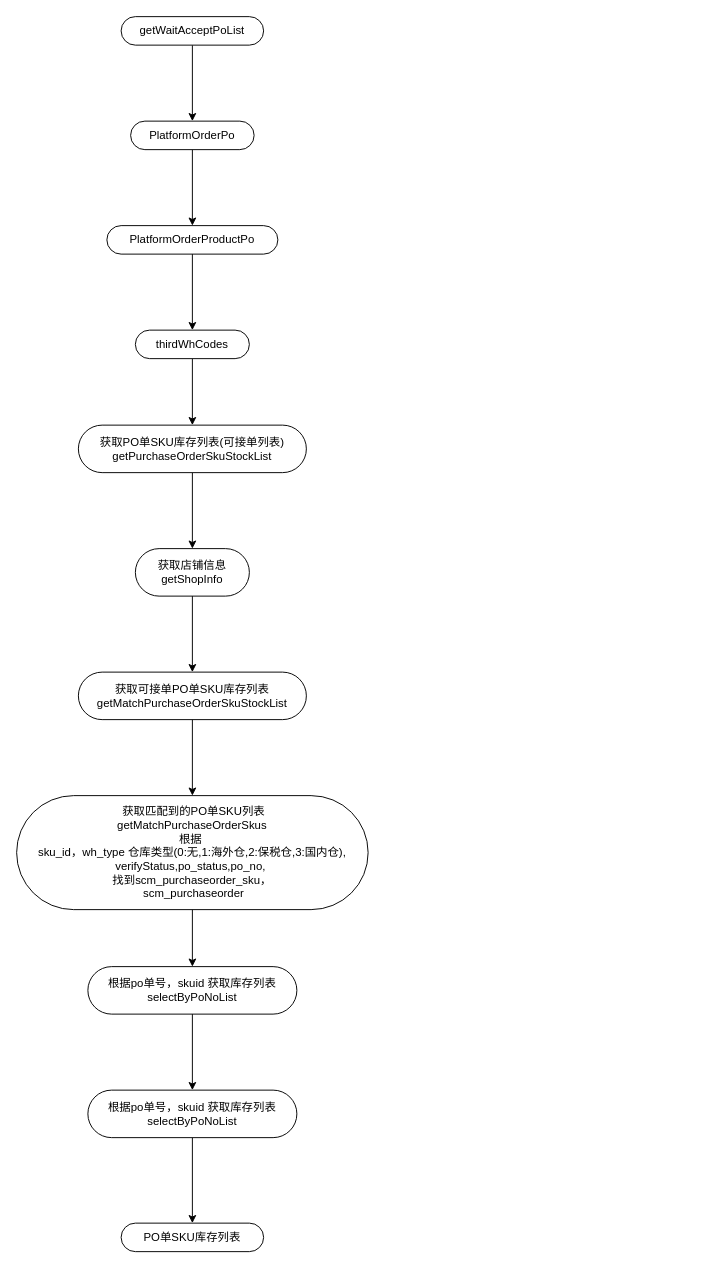
Above: 待接单PO列表.drawio in yi2003/diagram (draw.io), before the change. Source tidied: cells renumbered, new cells numbered last; positions are measured from the earlier drawing's top-left corner, leaving out a move shared by most shapes. Both pictures are drawn from the tidied source at 95%, with x=0, y=0 at pixel (16, 16).
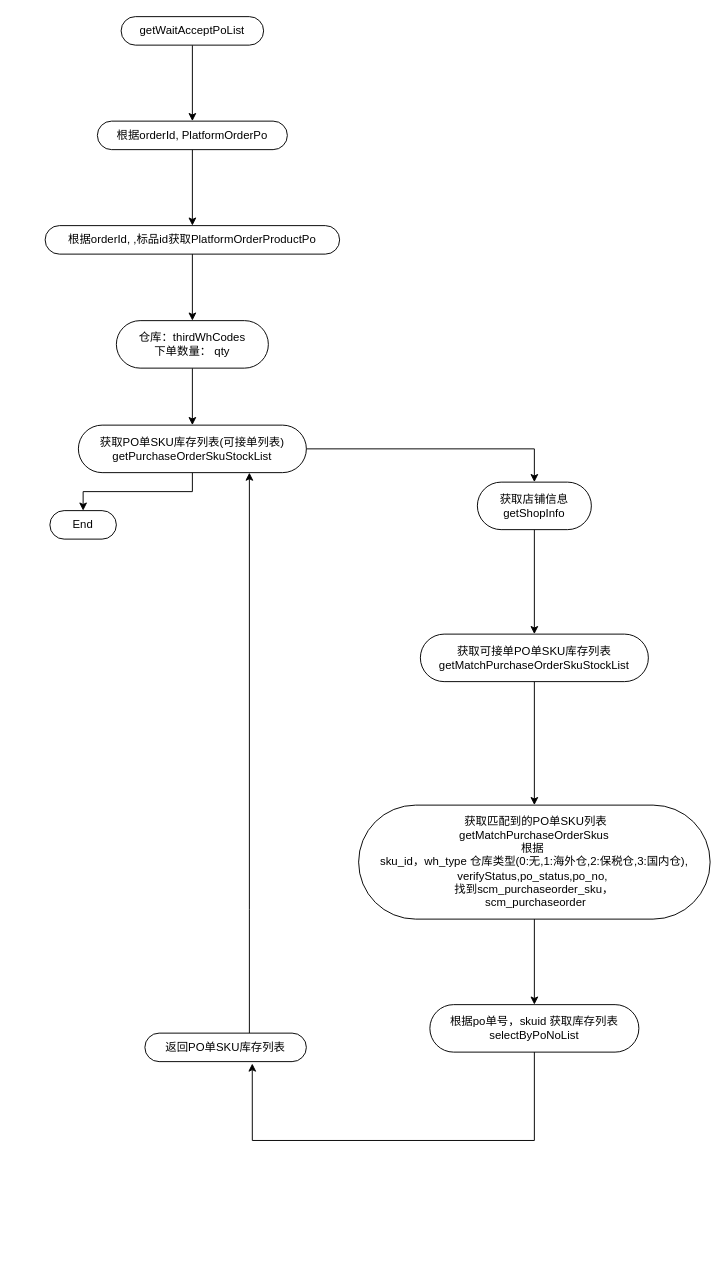
The same diagram, later.

Commit message:
Update 待接单PO列表.drawio

The change refers to these unchanged cells:
```xml
<mxCell id="11" value="获取PO单SKU库存列表(可接单列表)&lt;br&gt;getPurchaseOrderSkuStockList&lt;br&gt;" style="whiteSpace=wrap;html=1;rounded=1;arcSize=50;align=center;verticalAlign=middle;strokeWidth=1;spacing=4;newEdgeStyle={&quot;edgeStyle&quot;:&quot;entityRelationEdgeStyle&quot;,&quot;startArrow&quot;:&quot;none&quot;,&quot;endArrow&quot;:&quot;none&quot;,&quot;segment&quot;:10,&quot;curved&quot;:1};direction=west;" parent="1" vertex="1">
  <mxGeometry x="65" y="430" width="240" height="50" as="geometry" />
</mxCell>
```

Diff of the diagram source:
```diff
@@
-    <mxCell id="5" value="PlatformOrderPo" style="whiteSpace=wrap;html=1;rounded=1;arcSize=50;align=center;verticalAlign=middle;strokeWidth=1;spacing=4;newEdgeStyle={&quot;edgeStyle&quot;:&quot;entityRelationEdgeStyle&quot;,&quot;startArrow&quot;:&quot;none&quot;,&quot;endArrow&quot;:&quot;none&quot;,&quot;segment&quot;:10,&quot;curved&quot;:1};direction=west;" parent="1" vertex="1">
-      <mxGeometry x="120" y="110" width="130" height="30" as="geometry" />
+    <mxCell id="5" value="根据orderId, PlatformOrderPo" style="whiteSpace=wrap;html=1;rounded=1;arcSize=50;align=center;verticalAlign=middle;strokeWidth=1;spacing=4;newEdgeStyle={&quot;edgeStyle&quot;:&quot;entityRelationEdgeStyle&quot;,&quot;startArrow&quot;:&quot;none&quot;,&quot;endArrow&quot;:&quot;none&quot;,&quot;segment&quot;:10,&quot;curved&quot;:1};direction=west;" parent="1" vertex="1">
+      <mxGeometry x="85" y="110" width="200" height="30" as="geometry" />
     </mxCell>
@@
-    <mxCell id="7" value="PlatformOrderProductPo" style="whiteSpace=wrap;html=1;rounded=1;arcSize=50;align=center;verticalAlign=middle;strokeWidth=1;spacing=4;newEdgeStyle={&quot;edgeStyle&quot;:&quot;entityRelationEdgeStyle&quot;,&quot;startArrow&quot;:&quot;none&quot;,&quot;endArrow&quot;:&quot;none&quot;,&quot;segment&quot;:10,&quot;curved&quot;:1};direction=west;" parent="1" vertex="1">
-      <mxGeometry x="95" y="220" width="180" height="30" as="geometry" />
+    <mxCell id="7" value="根据orderId, ,标品id获取PlatformOrderProductPo" style="whiteSpace=wrap;html=1;rounded=1;arcSize=50;align=center;verticalAlign=middle;strokeWidth=1;spacing=4;newEdgeStyle={&quot;edgeStyle&quot;:&quot;entityRelationEdgeStyle&quot;,&quot;startArrow&quot;:&quot;none&quot;,&quot;endArrow&quot;:&quot;none&quot;,&quot;segment&quot;:10,&quot;curved&quot;:1};direction=west;" parent="1" vertex="1">
+      <mxGeometry x="30" y="220" width="310" height="30" as="geometry" />
     </mxCell>
@@
-    <mxCell id="9" value="thirdWhCodes" style="whiteSpace=wrap;html=1;rounded=1;arcSize=50;align=center;verticalAlign=middle;strokeWidth=1;spacing=4;newEdgeStyle={&quot;edgeStyle&quot;:&quot;entityRelationEdgeStyle&quot;,&quot;startArrow&quot;:&quot;none&quot;,&quot;endArrow&quot;:&quot;none&quot;,&quot;segment&quot;:10,&quot;curved&quot;:1};direction=west;" parent="1" vertex="1">
-      <mxGeometry x="125" y="330" width="120" height="30" as="geometry" />
+    <mxCell id="9" value="仓库：thirdWhCodes&lt;br&gt;下单数量： qty" style="whiteSpace=wrap;html=1;rounded=1;arcSize=50;align=center;verticalAlign=middle;strokeWidth=1;spacing=4;newEdgeStyle={&quot;edgeStyle&quot;:&quot;entityRelationEdgeStyle&quot;,&quot;startArrow&quot;:&quot;none&quot;,&quot;endArrow&quot;:&quot;none&quot;,&quot;segment&quot;:10,&quot;curved&quot;:1};direction=west;" parent="1" vertex="1">
+      <mxGeometry x="105" y="320" width="160" height="50" as="geometry" />
     </mxCell>
@@
+    <mxCell id="23" style="edgeStyle=orthogonalEdgeStyle;rounded=0;jettySize=auto;html=1;" parent="1" edge="1" source="11" target="25">
+      <mxGeometry relative="1" as="geometry" />
+    </mxCell>
@@
     <mxCell id="13" value="获取店铺信息&lt;br&gt;getShopInfo" style="whiteSpace=wrap;html=1;rounded=1;arcSize=50;align=center;verticalAlign=middle;strokeWidth=1;spacing=4;newEdgeStyle={&quot;edgeStyle&quot;:&quot;entityRelationEdgeStyle&quot;,&quot;startArrow&quot;:&quot;none&quot;,&quot;endArrow&quot;:&quot;none&quot;,&quot;segment&quot;:10,&quot;curved&quot;:1};direction=west;" parent="1" vertex="1">
-      <mxGeometry x="125" y="560" width="120" height="50" as="geometry" />
+      <mxGeometry x="485" y="490" width="120" height="50" as="geometry" />
     </mxCell>
@@
     <mxCell id="15" value="&lt;div&gt;获取可接单PO单SKU库存列表&lt;/div&gt;&lt;div&gt;getMatchPurchaseOrderSkuStockList&lt;/div&gt;" style="whiteSpace=wrap;html=1;rounded=1;arcSize=50;align=center;verticalAlign=middle;strokeWidth=1;spacing=4;newEdgeStyle={&quot;edgeStyle&quot;:&quot;entityRelationEdgeStyle&quot;,&quot;startArrow&quot;:&quot;none&quot;,&quot;endArrow&quot;:&quot;none&quot;,&quot;segment&quot;:10,&quot;curved&quot;:1};direction=west;" parent="1" vertex="1">
-      <mxGeometry x="65" y="690" width="240" height="50" as="geometry" />
+      <mxGeometry x="425" y="650" width="240" height="50" as="geometry" />
     </mxCell>
@@
     <mxCell id="17" value="&lt;div&gt;&amp;nbsp;获取匹配到的PO单SKU列表&lt;span style=&quot;&quot;&gt; &lt;/span&gt;&lt;/div&gt;&lt;div&gt;getMatchPurchaseOrderSkus&lt;/div&gt;&lt;div&gt;&lt;div&gt;根据&amp;nbsp;&lt;/div&gt;&lt;div&gt;sku_id，wh_type 仓库类型(0:无,1:海外仓,2:保税仓,3:国内仓),&lt;/div&gt;&lt;div&gt;verifyStatus,po_status,po_no,&amp;nbsp;&lt;/div&gt;&lt;div&gt;找到scm_purchaseorder_sku，&lt;/div&gt;&lt;div&gt;&amp;nbsp;scm_purchaseorder&lt;/div&gt;&lt;/div&gt;" style="whiteSpace=wrap;html=1;rounded=1;arcSize=50;align=center;verticalAlign=middle;strokeWidth=1;spacing=4;newEdgeStyle={&quot;edgeStyle&quot;:&quot;entityRelationEdgeStyle&quot;,&quot;startArrow&quot;:&quot;none&quot;,&quot;endArrow&quot;:&quot;none&quot;,&quot;segment&quot;:10,&quot;curved&quot;:1};direction=west;" parent="1" vertex="1">
-      <mxGeometry y="820" width="370" height="120" as="geometry" />
+      <mxGeometry x="360" y="830" width="370" height="120" as="geometry" />
     </mxCell>
-    <mxCell id="18" style="edgeStyle=orthogonalEdgeStyle;rounded=0;jettySize=auto;html=1;" parent="1" edge="1" source="19" target="21">
-      <mxGeometry relative="1" as="geometry" />
+    <mxCell id="18" style="edgeStyle=orthogonalEdgeStyle;rounded=0;jettySize=auto;html=1;entryX=0.335;entryY=-0.067;entryDx=0;entryDy=0;entryPerimeter=0;" parent="1" edge="1" source="19" target="22">
+      <mxGeometry relative="1" as="geometry">
+        <Array as="points">
+          <mxPoint x="545" y="1183" />
+          <mxPoint x="248" y="1183" />
+        </Array>
+      </mxGeometry>
     </mxCell>
     <mxCell id="19" value="&lt;div&gt;根据po单号，skuid 获取库存列表&lt;/div&gt;&lt;div&gt;selectByPoNoList&lt;/div&gt;" style="whiteSpace=wrap;html=1;rounded=1;arcSize=50;align=center;verticalAlign=middle;strokeWidth=1;spacing=4;newEdgeStyle={&quot;edgeStyle&quot;:&quot;entityRelationEdgeStyle&quot;,&quot;startArrow&quot;:&quot;none&quot;,&quot;endArrow&quot;:&quot;none&quot;,&quot;segment&quot;:10,&quot;curved&quot;:1};direction=west;" parent="1" vertex="1">
-      <mxGeometry x="75" y="1000" width="220" height="50" as="geometry" />
+      <mxGeometry x="435" y="1040" width="220" height="50" as="geometry" />
     </mxCell>
-    <mxCell id="20" style="edgeStyle=orthogonalEdgeStyle;rounded=0;jettySize=auto;html=1;" parent="1" edge="1" source="21" target="22">
-      <mxGeometry relative="1" as="geometry" />
-    </mxCell>
-    <mxCell id="21" value="&lt;div&gt;根据po单号，skuid 获取库存列表&lt;/div&gt;&lt;div&gt;selectByPoNoList&lt;/div&gt;" style="whiteSpace=wrap;html=1;rounded=1;arcSize=50;align=center;verticalAlign=middle;strokeWidth=1;spacing=4;newEdgeStyle={&quot;edgeStyle&quot;:&quot;entityRelationEdgeStyle&quot;,&quot;startArrow&quot;:&quot;none&quot;,&quot;endArrow&quot;:&quot;none&quot;,&quot;segment&quot;:10,&quot;curved&quot;:1};direction=west;" parent="1" vertex="1">
-      <mxGeometry x="75" y="1130" width="220" height="50" as="geometry" />
-    </mxCell>
+    <mxCell id="24" style="edgeStyle=orthogonalEdgeStyle;rounded=0;jettySize=auto;html=1;entryX=0.25;entryY=0;entryDx=0;entryDy=0;" parent="1" edge="1" source="22" target="11">
+      <mxGeometry relative="1" as="geometry">
+        <Array as="points">
+          <mxPoint x="245" y="940" />
+          <mxPoint x="245" y="940" />
+        </Array>
+      </mxGeometry>
+    </mxCell>
-    <mxCell id="22" value="PO单SKU库存列表" style="whiteSpace=wrap;html=1;rounded=1;arcSize=50;align=center;verticalAlign=middle;strokeWidth=1;spacing=4;newEdgeStyle={&quot;edgeStyle&quot;:&quot;entityRelationEdgeStyle&quot;,&quot;startArrow&quot;:&quot;none&quot;,&quot;endArrow&quot;:&quot;none&quot;,&quot;segment&quot;:10,&quot;curved&quot;:1};direction=west;" parent="1" vertex="1">
-      <mxGeometry x="110" y="1270" width="150" height="30" as="geometry" />
+    <mxCell id="22" value="返回PO单SKU库存列表" style="whiteSpace=wrap;html=1;rounded=1;arcSize=50;align=center;verticalAlign=middle;strokeWidth=1;spacing=4;newEdgeStyle={&quot;edgeStyle&quot;:&quot;entityRelationEdgeStyle&quot;,&quot;startArrow&quot;:&quot;none&quot;,&quot;endArrow&quot;:&quot;none&quot;,&quot;segment&quot;:10,&quot;curved&quot;:1};direction=west;" parent="1" vertex="1">
+      <mxGeometry x="135" y="1070" width="170" height="30" as="geometry" />
     </mxCell>
+    <mxCell id="25" value="End" style="whiteSpace=wrap;html=1;rounded=1;arcSize=50;align=center;verticalAlign=middle;strokeWidth=1;spacing=4;newEdgeStyle={&quot;edgeStyle&quot;:&quot;entityRelationEdgeStyle&quot;,&quot;startArrow&quot;:&quot;none&quot;,&quot;endArrow&quot;:&quot;none&quot;,&quot;segment&quot;:10,&quot;curved&quot;:1};direction=west;" parent="1" vertex="1">
+      <mxGeometry x="35" y="520" width="70" height="30" as="geometry" />
+    </mxCell>
```
